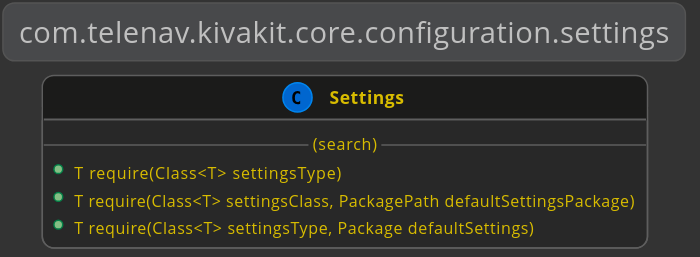
Telenav/kivakit keeps this PlantUML diagram as kivakit-core/configuration/documentation/diagrams/com.telenav.kivakit.core.configuration.settings.svg. Above is the earlier version.
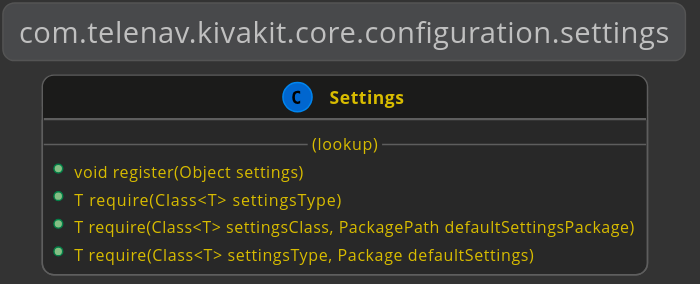
The same diagram one commit later.

The edit, as a diff of the source:
```diff
@@ -6,7 +6,8 @@
 
     class Settings
     {
-        --(search)--
+        --(lookup)--
+        +void register(Object settings)
         +T require(Class<T> settingsType)
         +T require(Class<T> settingsClass, PackagePath defaultSettingsPackage)
         +T require(Class<T> settingsType, Package defaultSettings)
```
